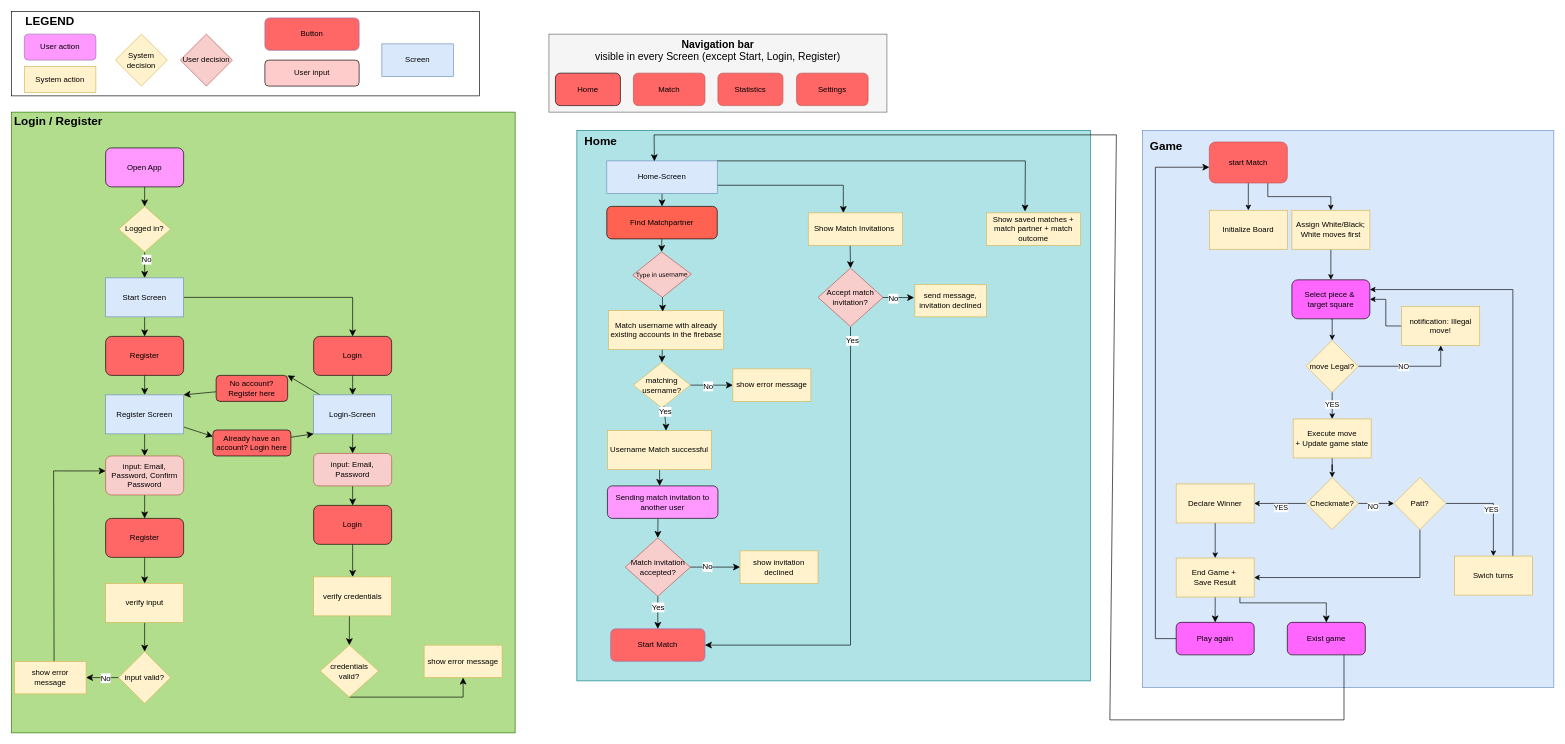
The draw.io diagram page "Ablaufdiagramm" (1 of 3) of Unbenanntes Diagramm.drawio in sophialenz46/Draw.io, before the edit. Source tidied: cells renumbered, new cells numbered last; positions are measured from the earlier drawing's top-left corner, leaving out a move shared by most shapes. Both pictures are drawn from the tidied source at 65%, with x=0, y=0 at pixel (11, 11).
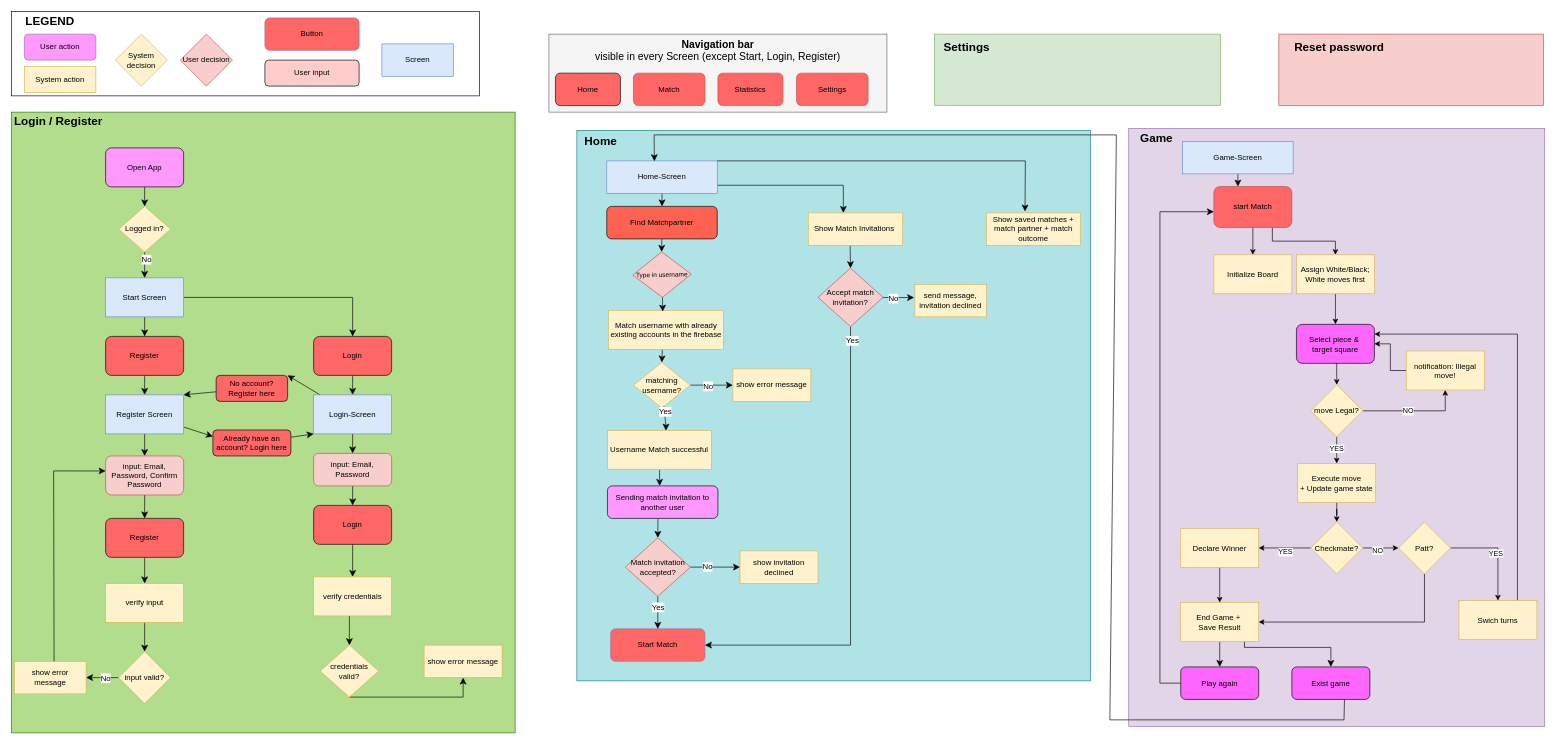
The same page after the edit.

Unchanged cells that the change refers to:
```xml
<mxCell id="64" value="Home-Screen" style="rounded=0;whiteSpace=wrap;html=1;fillColor=#dae8fc;strokeColor=#6c8ebf;" parent="1" vertex="1">
  <mxGeometry x="916" y="230" width="170" height="50" as="geometry" />
</mxCell>
```

Change to the diagram source:
```diff
@@
+    <mxCell id="138" style="rounded=0;whiteSpace=wrap;html=1;fillColor=#f8cecc;strokeColor=#b85450;" parent="1" vertex="1">
+      <mxGeometry x="1950" y="35" width="407" height="110" as="geometry" />
+    </mxCell>
+    <mxCell id="139" style="rounded=0;whiteSpace=wrap;html=1;fillColor=#d5e8d4;strokeColor=#82b366;" parent="1" vertex="1">
+      <mxGeometry x="1420" y="35" width="440" height="110" as="geometry" />
+    </mxCell>
@@
-    <mxCell id="99" style="rounded=0;whiteSpace=wrap;html=1;fillColor=#dae8fc;strokeColor=#6c8ebf;" parent="1" vertex="1">
-      <mxGeometry x="1740" y="183" width="633" height="857" as="geometry" />
+    <mxCell id="99" style="rounded=0;whiteSpace=wrap;html=1;fillColor=#e1d5e7;strokeColor=#9673a6;" parent="1" vertex="1">
+      <mxGeometry x="1719" y="180" width="640" height="920" as="geometry" />
     </mxCell>
     <mxCell id="100" value="&lt;b&gt;Game&lt;/b&gt;" style="text;html=1;whiteSpace=wrap;strokeColor=none;fillColor=none;align=center;verticalAlign=middle;rounded=0;fontSize=18;" parent="1" vertex="1">
-      <mxGeometry x="1747" y="193" width="60" height="30" as="geometry" />
+      <mxGeometry x="1732" y="180" width="60" height="30" as="geometry" />
     </mxCell>
@@
     <mxCell id="103" value="start Match" style="rounded=1;whiteSpace=wrap;html=1;roundedPerimeter=1;fillColor=#FF6666;strokeColor=#b85450;" parent="1" vertex="1">
-      <mxGeometry x="1843" y="201" width="120" height="63" as="geometry" />
+      <mxGeometry x="1850" y="269.5" width="120" height="63" as="geometry" />
     </mxCell>
     <mxCell id="104" value="Initialize Board" style="rounded=0;whiteSpace=wrap;html=1;fillColor=#fff2cc;strokeColor=#d6b656;" parent="1" vertex="1">
-      <mxGeometry x="1843" y="306" width="120" height="60" as="geometry" />
+      <mxGeometry x="1850" y="374.5" width="120" height="60" as="geometry" />
     </mxCell>
@@
     <mxCell id="106" value="Assign White/Black; White moves first" style="rounded=0;whiteSpace=wrap;html=1;fillColor=#fff2cc;strokeColor=#d6b656;" parent="1" vertex="1">
-      <mxGeometry x="1970" y="306" width="120" height="60" as="geometry" />
+      <mxGeometry x="1977" y="374.5" width="120" height="60" as="geometry" />
     </mxCell>
@@
     <mxCell id="108" value="&lt;span style=&quot;background-color: transparent;&quot;&gt;Select piece &amp;amp;&lt;/span&gt;&lt;span style=&quot;background-color: transparent; color: light-dark(#000000, var(--ge-light-color, #ffffff));&quot;&gt;&amp;nbsp;&lt;/span&gt;&lt;div&gt;&lt;span style=&quot;background-color: transparent; color: light-dark(#000000, var(--ge-light-color, #ffffff));&quot;&gt;target square&lt;/span&gt;&lt;/div&gt;" style="rounded=1;whiteSpace=wrap;html=1;roundedPerimeter=1;fillColor=#FF66FF;" parent="1" vertex="1">
-      <mxGeometry x="1970" y="413" width="120" height="60" as="geometry" />
+      <mxGeometry x="1977" y="481.5" width="120" height="60" as="geometry" />
     </mxCell>
@@
     <mxCell id="113" value="move Legal?" style="rhombus;whiteSpace=wrap;html=1;shapeInside=1;fillColor=#fff2cc;strokeColor=#d6b656;" parent="1" vertex="1">
-      <mxGeometry x="1992" y="506" width="80" height="80" as="geometry" />
+      <mxGeometry x="1999" y="574.5" width="80" height="80" as="geometry" />
     </mxCell>
@@
     <mxCell id="115" value="notification: Illegal move!" style="rounded=0;whiteSpace=wrap;html=1;fillColor=#fff2cc;strokeColor=#d6b656;" parent="1" vertex="1">
-      <mxGeometry x="2139" y="454" width="120" height="60" as="geometry" />
+      <mxGeometry x="2146" y="522.5" width="120" height="60" as="geometry" />
     </mxCell>
@@
     <mxCell id="117" value="&lt;div&gt;Execute move +&amp;nbsp;&lt;span style=&quot;background-color: transparent; color: light-dark(#000000, var(--ge-light-color, #ffffff));&quot;&gt;Update game state&lt;/span&gt;&lt;/div&gt;" style="rounded=0;whiteSpace=wrap;html=1;fillColor=#fff2cc;strokeColor=#d6b656;" parent="1" vertex="1">
-      <mxGeometry x="1972" y="627" width="120" height="60" as="geometry" />
+      <mxGeometry x="1979" y="695.5" width="120" height="60" as="geometry" />
     </mxCell>
@@
     <mxCell id="122" value="Checkmate?" style="rhombus;whiteSpace=wrap;html=1;shapeInside=1;fillColor=#fff2cc;strokeColor=#d6b656;" parent="1" vertex="1">
-      <mxGeometry x="1992" y="717" width="80" height="80" as="geometry" />
+      <mxGeometry x="1999" y="785.5" width="80" height="80" as="geometry" />
     </mxCell>
@@
     <mxCell id="124" value="Declare Winner" style="rounded=0;whiteSpace=wrap;html=1;fillColor=#fff2cc;strokeColor=#d6b656;" parent="1" vertex="1">
-      <mxGeometry x="1792" y="727" width="120" height="60" as="geometry" />
+      <mxGeometry x="1799" y="795.5" width="120" height="60" as="geometry" />
     </mxCell>
@@
     <mxCell id="127" style="edgeStyle=orthogonalEdgeStyle;rounded=0;jettySize=auto;html=1;entryX=1;entryY=0.5;entryDx=0;entryDy=0;defaultLabelBackgroundColor=gap;" parent="1" edge="1" source="128" target="133">
       <mxGeometry relative="1" as="geometry">
         <Array as="points">
-          <mxPoint x="2167" y="871" />
+          <mxPoint x="2174" y="939.5" />
         </Array>
       </mxGeometry>
     </mxCell>
     <mxCell id="128" value="Patt?" style="rhombus;whiteSpace=wrap;html=1;shapeInside=1;fillColor=#fff2cc;strokeColor=#d6b656;" parent="1" vertex="1">
-      <mxGeometry x="2127" y="717" width="80" height="80" as="geometry" />
+      <mxGeometry x="2134" y="785.5" width="80" height="80" as="geometry" />
     </mxCell>
@@
     <mxCell id="130" value="Swich turns" style="rounded=0;whiteSpace=wrap;html=1;fillColor=#fff2cc;strokeColor=#d6b656;" parent="1" vertex="1">
-      <mxGeometry x="2220" y="838" width="120" height="60" as="geometry" />
+      <mxGeometry x="2227" y="906.5" width="120" height="60" as="geometry" />
     </mxCell>
     <mxCell id="131" style="edgeStyle=none;curved=0;rounded=0;jettySize=auto;html=1;fontSize=12;defaultLabelBackgroundColor=gap;startSize=8;endSize=8;exitX=0.818;exitY=0.971;exitDx=0;exitDy=0;exitPerimeter=0;" parent="1" edge="1" source="133" target="135">
       <mxGeometry x="-0.11" relative="1" as="geometry">
         <Array as="points">
-          <mxPoint x="1890" y="910" />
-          <mxPoint x="2023" y="910" />
+          <mxPoint x="1897" y="978.5" />
+          <mxPoint x="2030" y="978.5" />
         </Array>
       </mxGeometry>
     </mxCell>
@@
     <mxCell id="133" value="End Game +&amp;nbsp;&lt;div&gt;Save Result&lt;/div&gt;" style="rounded=0;whiteSpace=wrap;html=1;fillColor=#fff2cc;strokeColor=#d6b656;" parent="1" vertex="1">
-      <mxGeometry x="1792" y="841" width="120" height="60" as="geometry" />
+      <mxGeometry x="1799" y="909.5" width="120" height="60" as="geometry" />
     </mxCell>
-    <mxCell id="134" style="edgeStyle=none;curved=0;rounded=0;jettySize=auto;html=1;entryX=0.431;entryY=0.01;entryDx=0;entryDy=0;fontSize=12;defaultLabelBackgroundColor=gap;startSize=8;endSize=8;exitX=0.49;exitY=0.941;exitDx=0;exitDy=0;exitPerimeter=0;entryPerimeter=0;" parent="1" edge="1" source="99" target="64">
-      <mxGeometry x="0.06" relative="1" as="geometry">
+    <mxCell id="134" style="edgeStyle=none;curved=0;rounded=0;jettySize=auto;html=1;entryX=0.431;entryY=0.01;entryDx=0;entryDy=0;fontSize=12;defaultLabelBackgroundColor=gap;startSize=8;endSize=8;exitX=0.664;exitY=0.97;exitDx=0;exitDy=0;entryPerimeter=0;" parent="1" edge="1" source="135" target="64">
+      <mxGeometry x="0.08" relative="1" as="geometry">
         <Array as="points">
           <mxPoint x="2050.2" y="1090" />
           <mxPoint x="1690" y="1090" />
           <mxPoint x="1700" y="190" />
           <mxPoint x="988.8" y="190" />
         </Array>
       </mxGeometry>
     </mxCell>
     <mxCell id="135" value="Exist game" style="rounded=1;whiteSpace=wrap;html=1;roundedPerimeter=1;fillColor=#FF66FF;" parent="1" vertex="1">
-      <mxGeometry x="1963" y="940" width="120" height="50" as="geometry" />
+      <mxGeometry x="1970" y="1008.5" width="120" height="50" as="geometry" />
     </mxCell>
     <mxCell id="136" style="edgeStyle=none;curved=0;rounded=0;jettySize=auto;html=1;entryX=-0.017;entryY=0.619;entryDx=0;entryDy=0;fontSize=12;defaultLabelBackgroundColor=gap;startSize=8;endSize=8;" parent="1" edge="1" source="137" target="103">
       <mxGeometry relative="1" as="geometry">
         <Array as="points">
-          <mxPoint x="1760" y="965" />
-          <mxPoint x="1760" y="239.8" />
+          <mxPoint x="1767" y="1033.5" />
+          <mxPoint x="1767" y="308.2" />
         </Array>
       </mxGeometry>
     </mxCell>
     <mxCell id="137" value="Play again" style="rounded=1;whiteSpace=wrap;html=1;roundedPerimeter=1;fillColor=#FF66FF;" parent="1" vertex="1">
-      <mxGeometry x="1792" y="940" width="120" height="50" as="geometry" />
+      <mxGeometry x="1799" y="1008.5" width="120" height="50" as="geometry" />
     </mxCell>
+    <mxCell id="140" value="&lt;b&gt;Settings&lt;/b&gt;" style="text;html=1;whiteSpace=wrap;strokeColor=none;fillColor=none;align=center;verticalAlign=middle;rounded=0;fontSize=18;" parent="1" vertex="1">
+      <mxGeometry x="1440" y="40" width="60" height="30" as="geometry" />
+    </mxCell>
+    <mxCell id="141" value="&lt;b&gt;Reset password&lt;/b&gt;" style="text;html=1;whiteSpace=wrap;strokeColor=none;fillColor=none;align=left;verticalAlign=middle;rounded=0;fontSize=18;" parent="1" vertex="1">
+      <mxGeometry x="1972" y="40" width="170" height="30" as="geometry" />
+    </mxCell>
+    <mxCell id="142" style="edgeStyle=none;curved=1;rounded=0;curveGeometry=1;jettySize=auto;html=1;entryX=0.303;entryY=-0.013;entryDx=0;entryDy=0;fontSize=12;defaultLabelBackgroundColor=gap;startSize=8;endSize=8;" parent="1" edge="1" source="143" target="103">
+      <mxGeometry relative="1" as="geometry" />
+    </mxCell>
+    <mxCell id="143" value="Game-Screen" style="rounded=0;whiteSpace=wrap;html=1;fillColor=#dae8fc;strokeColor=#6c8ebf;" parent="1" vertex="1">
+      <mxGeometry x="1802" y="200" width="170" height="50" as="geometry" />
+    </mxCell>
```
